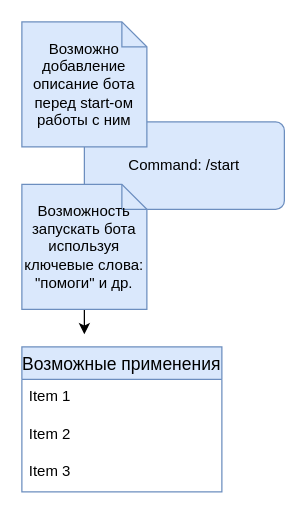
Before: тренировочная диаграмма.drawio in Lutanist228/saved_diagrams, a draw.io diagram. Source tidied: cells renumbered, new cells numbered last; positions are measured from the earlier drawing's top-left corner, leaving out a move shared by most shapes. Both pictures are drawn from the tidied source at 125%, with x=0, y=0 at pixel (21, 21).
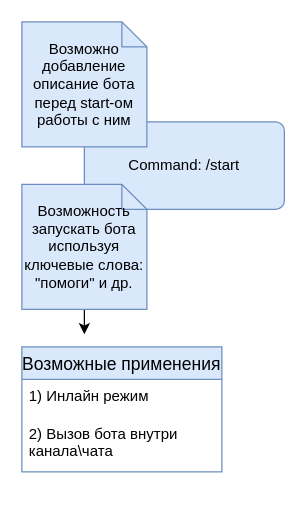
After the change.

Change to the diagram source:
```diff
@@
 <mxGraphModel>
   <root>
     <mxCell id="0" />
     <mxCell id="1" parent="0" />
     <mxCell id="2" value="Command: /start" style="rounded=1;arcSize=10;whiteSpace=wrap;html=1;align=center;fillColor=#dae8fc;strokeColor=#6c8ebf;gradientColor=none;" parent="1" vertex="1">
       <mxGeometry x="50" y="80" width="160" height="70" as="geometry" />
     </mxCell>
     <mxCell id="3" value="Возможно добавление описание бота перед start-ом работы с ним" style="shape=note;size=20;whiteSpace=wrap;html=1;fillColor=#dae8fc;strokeColor=#6c8ebf;" parent="1" vertex="1">
       <mxGeometry width="100" height="100" as="geometry" />
     </mxCell>
     <mxCell id="4" style="edgeStyle=orthogonalEdgeStyle;rounded=0;jettySize=auto;html=1;" parent="1" edge="1" source="5">
       <mxGeometry relative="1" as="geometry">
         <mxPoint x="50" y="250" as="targetPoint" />
       </mxGeometry>
     </mxCell>
     <mxCell id="5" value="Возможность запускать бота используя ключевые слова:&lt;br&gt;&quot;помоги&quot; и др." style="shape=note;size=20;whiteSpace=wrap;html=1;fillColor=#dae8fc;strokeColor=#6c8ebf;" parent="1" vertex="1">
       <mxGeometry y="130" width="100" height="100" as="geometry" />
     </mxCell>
     <mxCell id="6" value="Возможные применения" style="swimlane;fontStyle=0;horizontal=1;startSize=26;align=center;fontSize=14;fillColor=#dae8fc;strokeColor=#6c8ebf;" parent="1" vertex="1">
-      <mxGeometry y="260" width="160" height="116" as="geometry" />
+      <mxGeometry y="260" width="160" height="100" as="geometry" />
     </mxCell>
-    <mxCell id="7" value="Item 1" style="text;strokeColor=none;fillColor=none;spacingLeft=4;spacingRight=4;overflow=hidden;fontSize=12;whiteSpace=wrap;html=1;" parent="6" vertex="1">
+    <mxCell id="7" value="1) Инлайн режим" style="text;strokeColor=none;fillColor=none;spacingLeft=4;spacingRight=4;overflow=hidden;fontSize=12;whiteSpace=wrap;html=1;" parent="6" vertex="1">
       <mxGeometry y="26" width="160" height="30" as="geometry" />
     </mxCell>
-    <mxCell id="8" value="Item 2" style="text;strokeColor=none;fillColor=none;spacingLeft=4;spacingRight=4;overflow=hidden;fontSize=12;whiteSpace=wrap;html=1;" parent="6" vertex="1">
-      <mxGeometry y="56" width="160" height="30" as="geometry" />
+    <mxCell id="8" value="2) Вызов бота внутри канала\чата" style="text;strokeColor=none;fillColor=none;spacingLeft=4;spacingRight=4;overflow=hidden;fontSize=12;whiteSpace=wrap;html=1;" parent="6" vertex="1">
+      <mxGeometry y="56" width="160" height="44" as="geometry" />
     </mxCell>
-    <mxCell id="9" value="Item 3" style="text;strokeColor=none;fillColor=none;spacingLeft=4;spacingRight=4;overflow=hidden;fontSize=12;whiteSpace=wrap;html=1;" parent="6" vertex="1">
-      <mxGeometry y="86" width="160" height="30" as="geometry" />
-    </mxCell>
   </root>
 </mxGraphModel>
```
